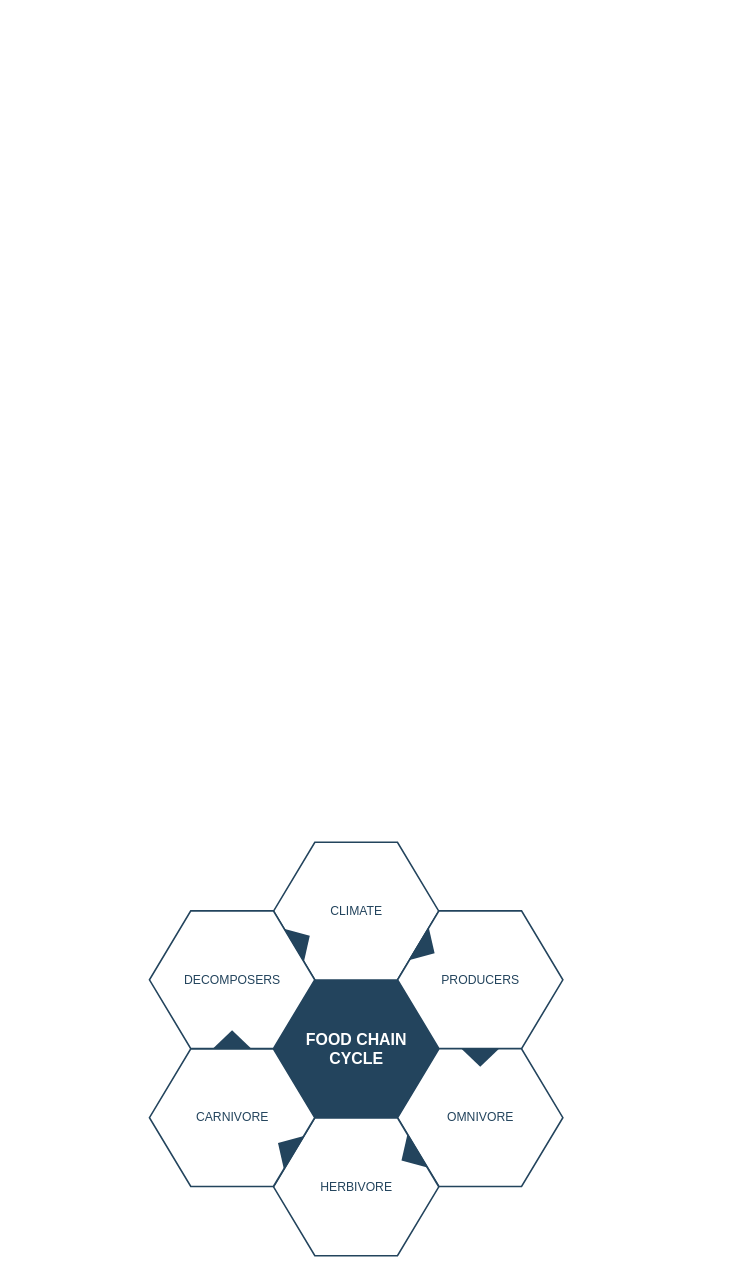
Before: Untitled Diagram.drawio in fxcollot/Tout, a draw.io diagram. Source tidied: cells renumbered, new cells numbered last; positions are measured from the earlier drawing's top-left corner, leaving out a move shared by most shapes. Both pictures are drawn from the tidied source at 53%, with x=0, y=0 at pixel (149, 842).
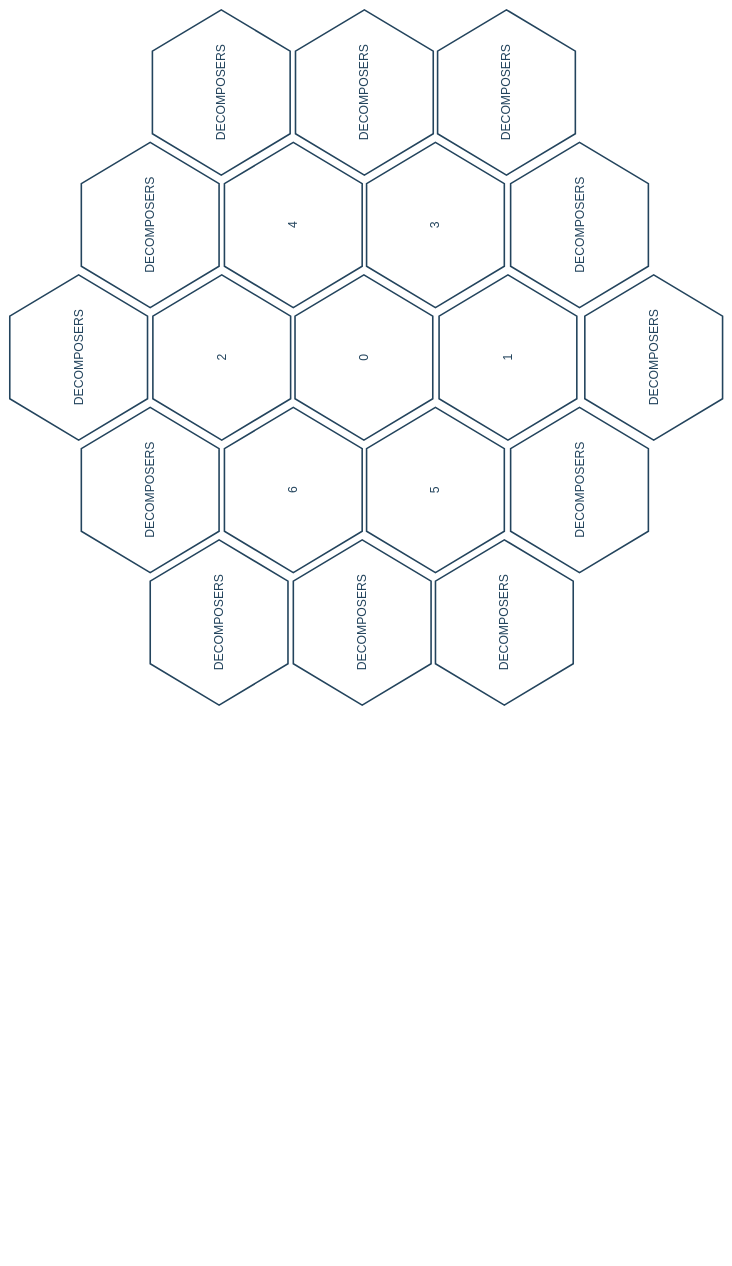
The same diagram, later.

Commit message:
Hexagon complété

Diff of the diagram source:
```diff
@@
-    <mxCell id="2" value="&lt;font style=&quot;font-size: 30px&quot; color=&quot;#ffffff&quot;&gt;&lt;b&gt;&lt;span&gt;FOOD CHAIN&lt;/span&gt;&lt;br&gt;&lt;span&gt;CYCLE&lt;/span&gt;&lt;/b&gt;&lt;/font&gt;&lt;br&gt;" style="shape=hexagon;perimeter=hexagonPerimeter2;whiteSpace=wrap;html=1;shadow=0;labelBackgroundColor=none;strokeColor=#23445D;fillColor=#23445D;gradientColor=none;fontFamily=Helvetica;fontSize=23;fontColor=#23445d;align=center;strokeWidth=3;" parent="1" vertex="1">
-      <mxGeometry x="234.6" y="259.8" width="311.8" height="259.9" as="geometry" />
-    </mxCell>
-    <mxCell id="3" style="triangle;whiteSpace=wrap;html=1;shadow=0;labelBackgroundColor=none;strokeColor=none;fillColor=#FFFFFF;fontFamily=Helvetica;fontSize=17;fontColor=#23445d;align=center;rotation=90;gradientColor=none;flipV=1;flipH=1;opacity=20;" parent="1" vertex="1">
-      <mxGeometry x="115.5" y="277.7" width="72" height="152" as="geometry" />
-    </mxCell>
-    <mxCell id="4" value="&lt;font style=&quot;font-size: 23px&quot;&gt;CLIMATE&lt;/font&gt;" style="shape=hexagon;perimeter=hexagonPerimeter2;whiteSpace=wrap;html=1;shadow=0;labelBackgroundColor=none;strokeColor=#23445D;fillColor=#ffffff;gradientColor=none;fontFamily=Helvetica;fontSize=23;fontColor=#23445D;align=center;strokeWidth=3;" parent="1" vertex="1">
-      <mxGeometry x="234.6" y="-0.3" width="311.8" height="259.9" as="geometry" />
-    </mxCell>
-    <mxCell id="5" value="&lt;font style=&quot;font-size: 23px&quot;&gt;PRODUCERS&lt;/font&gt;" style="shape=hexagon;perimeter=hexagonPerimeter2;whiteSpace=wrap;html=1;shadow=0;labelBackgroundColor=none;strokeColor=#23445D;fillColor=#FFFFFF;gradientColor=none;fontFamily=Helvetica;fontSize=23;fontColor=#23445d;align=center;strokeWidth=3;" parent="1" vertex="1">
-      <mxGeometry x="468.7" y="129.2" width="311.8" height="259.9" as="geometry" />
-    </mxCell>
-    <mxCell id="6" value="&lt;font style=&quot;font-size: 23px&quot;&gt;OMNIVORE&lt;/font&gt;" style="shape=hexagon;perimeter=hexagonPerimeter2;whiteSpace=wrap;html=1;shadow=0;labelBackgroundColor=none;strokeColor=#23445D;fillColor=#FFFFFF;gradientColor=none;fontFamily=Helvetica;fontSize=23;fontColor=#23445d;align=center;strokeWidth=3;" parent="1" vertex="1">
-      <mxGeometry x="468.7" y="389.3" width="311.8" height="259.9" as="geometry" />
-    </mxCell>
-    <mxCell id="7" value="&lt;font style=&quot;font-size: 23px&quot;&gt;HERBIVORE&lt;/font&gt;" style="shape=hexagon;perimeter=hexagonPerimeter2;whiteSpace=wrap;html=1;shadow=0;labelBackgroundColor=none;strokeColor=#23445D;fillColor=#FFFFFF;gradientColor=none;fontFamily=Helvetica;fontSize=23;fontColor=#23445d;align=center;strokeWidth=3;" parent="1" vertex="1">
-      <mxGeometry x="234.6" y="519.8" width="311.8" height="259.9" as="geometry" />
-    </mxCell>
-    <mxCell id="8" value="&lt;font style=&quot;font-size: 23px&quot;&gt;CARNIVORE&lt;/font&gt;" style="shape=hexagon;perimeter=hexagonPerimeter2;whiteSpace=wrap;html=1;shadow=0;labelBackgroundColor=none;strokeColor=#23445D;fillColor=#FFFFFF;gradientColor=none;fontFamily=Helvetica;fontSize=23;fontColor=#23445d;align=center;strokeWidth=3;" parent="1" vertex="1">
-      <mxGeometry x="0.5" y="389.3" width="311.8" height="259.9" as="geometry" />
-    </mxCell>
-    <mxCell id="9" value="&lt;font style=&quot;font-size: 23px;&quot;&gt;DECOMPOSERS&lt;/font&gt;" style="shape=hexagon;perimeter=hexagonPerimeter2;whiteSpace=wrap;html=1;shadow=0;labelBackgroundColor=none;strokeColor=#23445D;fillColor=#ffffff;gradientColor=none;fontFamily=Helvetica;fontSize=23;fontColor=#23445D;align=center;strokeWidth=3;" parent="1" vertex="1">
-      <mxGeometry x="0.5" y="129.2" width="311.8" height="259.9" as="geometry" />
-    </mxCell>
-    <mxCell id="10" style="triangle;whiteSpace=wrap;html=1;shadow=0;labelBackgroundColor=none;strokeColor=none;fillColor=#23445D;fontFamily=Helvetica;fontSize=17;fontColor=#23445d;align=center;rotation=31;gradientColor=none;strokeWidth=3;" parent="1" vertex="1">
-      <mxGeometry x="506" y="163.7" width="35" height="73" as="geometry" />
-    </mxCell>
-    <mxCell id="11" style="triangle;whiteSpace=wrap;html=1;shadow=0;labelBackgroundColor=none;strokeColor=none;fillColor=#23445D;fontFamily=Helvetica;fontSize=17;fontColor=#23445d;align=center;rotation=31;gradientColor=none;flipH=1;strokeWidth=3;" parent="1" vertex="1">
-      <mxGeometry x="240.5" y="539.7" width="35" height="73" as="geometry" />
-    </mxCell>
-    <mxCell id="12" style="triangle;whiteSpace=wrap;html=1;shadow=0;labelBackgroundColor=none;strokeColor=none;fillColor=#23445D;fontFamily=Helvetica;fontSize=17;fontColor=#23445d;align=center;rotation=329;gradientColor=none;strokeWidth=3;" parent="1" vertex="1">
-      <mxGeometry x="270.5" y="148.7" width="35" height="73" as="geometry" />
-    </mxCell>
-    <mxCell id="13" style="triangle;whiteSpace=wrap;html=1;shadow=0;labelBackgroundColor=none;strokeColor=none;fillColor=#23445D;fontFamily=Helvetica;fontSize=17;fontColor=#23445d;align=center;rotation=329;gradientColor=none;flipH=1;strokeWidth=3;" parent="1" vertex="1">
-      <mxGeometry x="473.5" y="554.7" width="35" height="73" as="geometry" />
-    </mxCell>
-    <mxCell id="14" style="triangle;whiteSpace=wrap;html=1;shadow=0;labelBackgroundColor=none;strokeColor=none;fillColor=#23445D;fontFamily=Helvetica;fontSize=17;fontColor=#23445d;align=center;rotation=90;gradientColor=none;strokeWidth=3;" parent="1" vertex="1">
-      <mxGeometry x="607.1" y="369.2" width="35" height="73" as="geometry" />
-    </mxCell>
-    <mxCell id="15" style="triangle;whiteSpace=wrap;html=1;shadow=0;labelBackgroundColor=none;strokeColor=none;fillColor=#23445D;fontFamily=Helvetica;fontSize=17;fontColor=#23445d;align=center;rotation=90;gradientColor=none;flipH=1;strokeWidth=3;" parent="1" vertex="1">
-      <mxGeometry x="138.9" y="335.2" width="35" height="73" as="geometry" />
-    </mxCell>
+    <mxCell id="16" value="&lt;font style=&quot;font-size: 23px;&quot;&gt;DECOMPOSERS&lt;/font&gt;" style="shape=hexagon;perimeter=hexagonPerimeter2;whiteSpace=wrap;html=1;shadow=0;labelBackgroundColor=none;strokeColor=#23445D;fillColor=#ffffff;gradientColor=none;fontFamily=Helvetica;fontSize=23;fontColor=#23445D;align=center;strokeWidth=3;rotation=-90;" parent="1" vertex="1">
+      <mxGeometry x="514.2" y="-545" width="311.8" height="259.9" as="geometry" />
+    </mxCell>
+    <mxCell id="17" value="&lt;font style=&quot;font-size: 23px;&quot;&gt;DECOMPOSERS&lt;/font&gt;" style="shape=hexagon;perimeter=hexagonPerimeter2;whiteSpace=wrap;html=1;shadow=0;labelBackgroundColor=none;strokeColor=#23445D;fillColor=#ffffff;gradientColor=none;fontFamily=Helvetica;fontSize=23;fontColor=#23445D;align=center;strokeWidth=3;rotation=-90;" parent="1" vertex="1">
+      <mxGeometry x="246" y="-545" width="311.8" height="259.9" as="geometry" />
+    </mxCell>
+    <mxCell id="18" value="&lt;font style=&quot;font-size: 23px;&quot;&gt;DECOMPOSERS&lt;/font&gt;" style="shape=hexagon;perimeter=hexagonPerimeter2;whiteSpace=wrap;html=1;shadow=0;labelBackgroundColor=none;strokeColor=#23445D;fillColor=#ffffff;gradientColor=none;fontFamily=Helvetica;fontSize=23;fontColor=#23445D;align=center;strokeWidth=3;rotation=-90;" parent="1" vertex="1">
+      <mxGeometry x="-24" y="-545" width="311.8" height="259.9" as="geometry" />
+    </mxCell>
+    <mxCell id="19" value="5" style="shape=hexagon;perimeter=hexagonPerimeter2;whiteSpace=wrap;html=1;shadow=0;labelBackgroundColor=none;strokeColor=#23445D;fillColor=#ffffff;gradientColor=none;fontFamily=Helvetica;fontSize=23;fontColor=#23445D;align=center;strokeWidth=3;rotation=-90;" parent="1" vertex="1">
+      <mxGeometry x="384.2" y="-795" width="311.8" height="259.9" as="geometry" />
+    </mxCell>
+    <mxCell id="20" value="6" style="shape=hexagon;perimeter=hexagonPerimeter2;whiteSpace=wrap;html=1;shadow=0;labelBackgroundColor=none;strokeColor=#23445D;fillColor=#ffffff;gradientColor=none;fontFamily=Helvetica;fontSize=23;fontColor=#23445D;align=center;strokeWidth=3;rotation=-90;" parent="1" vertex="1">
+      <mxGeometry x="116" y="-795" width="311.8" height="259.9" as="geometry" />
+    </mxCell>
+    <mxCell id="21" value="&lt;font style=&quot;font-size: 23px;&quot;&gt;DECOMPOSERS&lt;/font&gt;" style="shape=hexagon;perimeter=hexagonPerimeter2;whiteSpace=wrap;html=1;shadow=0;labelBackgroundColor=none;strokeColor=#23445D;fillColor=#ffffff;gradientColor=none;fontFamily=Helvetica;fontSize=23;fontColor=#23445D;align=center;strokeWidth=3;rotation=-90;" parent="1" vertex="1">
+      <mxGeometry x="-154" y="-795" width="311.8" height="259.9" as="geometry" />
+    </mxCell>
+    <mxCell id="22" value="&lt;font style=&quot;font-size: 23px;&quot;&gt;DECOMPOSERS&lt;/font&gt;" style="shape=hexagon;perimeter=hexagonPerimeter2;whiteSpace=wrap;html=1;shadow=0;labelBackgroundColor=none;strokeColor=#23445D;fillColor=#ffffff;gradientColor=none;fontFamily=Helvetica;fontSize=23;fontColor=#23445D;align=center;strokeWidth=3;rotation=-90;" parent="1" vertex="1">
+      <mxGeometry x="656" y="-795" width="311.8" height="259.9" as="geometry" />
+    </mxCell>
+    <mxCell id="23" value="0" style="shape=hexagon;perimeter=hexagonPerimeter2;whiteSpace=wrap;html=1;shadow=0;labelBackgroundColor=none;strokeColor=#23445D;fillColor=#ffffff;gradientColor=none;fontFamily=Helvetica;fontSize=23;fontColor=#23445D;align=center;strokeWidth=3;rotation=-90;" parent="1" vertex="1">
+      <mxGeometry x="249.2" y="-1045" width="311.8" height="259.9" as="geometry" />
+    </mxCell>
+    <mxCell id="24" value="2" style="shape=hexagon;perimeter=hexagonPerimeter2;whiteSpace=wrap;html=1;shadow=0;labelBackgroundColor=none;strokeColor=#23445D;fillColor=#ffffff;gradientColor=none;fontFamily=Helvetica;fontSize=23;fontColor=#23445D;align=center;strokeWidth=3;rotation=-90;" parent="1" vertex="1">
+      <mxGeometry x="-19" y="-1045" width="311.8" height="259.9" as="geometry" />
+    </mxCell>
+    <mxCell id="25" value="&lt;font style=&quot;font-size: 23px;&quot;&gt;DECOMPOSERS&lt;/font&gt;" style="shape=hexagon;perimeter=hexagonPerimeter2;whiteSpace=wrap;html=1;shadow=0;labelBackgroundColor=none;strokeColor=#23445D;fillColor=#ffffff;gradientColor=none;fontFamily=Helvetica;fontSize=23;fontColor=#23445D;align=center;strokeWidth=3;rotation=-90;" parent="1" vertex="1">
+      <mxGeometry x="-289" y="-1045" width="311.8" height="259.9" as="geometry" />
+    </mxCell>
+    <mxCell id="26" value="1" style="shape=hexagon;perimeter=hexagonPerimeter2;whiteSpace=wrap;html=1;shadow=0;labelBackgroundColor=none;strokeColor=#23445D;fillColor=#ffffff;gradientColor=none;fontFamily=Helvetica;fontSize=23;fontColor=#23445D;align=center;strokeWidth=3;rotation=-90;" parent="1" vertex="1">
+      <mxGeometry x="521" y="-1045" width="311.8" height="259.9" as="geometry" />
+    </mxCell>
+    <mxCell id="27" value="&lt;font style=&quot;font-size: 23px;&quot;&gt;DECOMPOSERS&lt;/font&gt;" style="shape=hexagon;perimeter=hexagonPerimeter2;whiteSpace=wrap;html=1;shadow=0;labelBackgroundColor=none;strokeColor=#23445D;fillColor=#ffffff;gradientColor=none;fontFamily=Helvetica;fontSize=23;fontColor=#23445D;align=center;strokeWidth=3;rotation=-90;" parent="1" vertex="1">
+      <mxGeometry x="796" y="-1045" width="311.8" height="259.9" as="geometry" />
+    </mxCell>
+    <mxCell id="28" value="3" style="shape=hexagon;perimeter=hexagonPerimeter2;whiteSpace=wrap;html=1;shadow=0;labelBackgroundColor=none;strokeColor=#23445D;fillColor=#ffffff;gradientColor=none;fontFamily=Helvetica;fontSize=23;fontColor=#23445D;align=center;strokeWidth=3;rotation=-90;" parent="1" vertex="1">
+      <mxGeometry x="384.2" y="-1295" width="311.8" height="259.9" as="geometry" />
+    </mxCell>
+    <mxCell id="29" value="4" style="shape=hexagon;perimeter=hexagonPerimeter2;whiteSpace=wrap;html=1;shadow=0;labelBackgroundColor=none;strokeColor=#23445D;fillColor=#ffffff;gradientColor=none;fontFamily=Helvetica;fontSize=23;fontColor=#23445D;align=center;strokeWidth=3;rotation=-90;" parent="1" vertex="1">
+      <mxGeometry x="116" y="-1295" width="311.8" height="259.9" as="geometry" />
+    </mxCell>
+    <mxCell id="30" value="&lt;font style=&quot;font-size: 23px;&quot;&gt;DECOMPOSERS&lt;/font&gt;" style="shape=hexagon;perimeter=hexagonPerimeter2;whiteSpace=wrap;html=1;shadow=0;labelBackgroundColor=none;strokeColor=#23445D;fillColor=#ffffff;gradientColor=none;fontFamily=Helvetica;fontSize=23;fontColor=#23445D;align=center;strokeWidth=3;rotation=-90;" parent="1" vertex="1">
+      <mxGeometry x="-154" y="-1295" width="311.8" height="259.9" as="geometry" />
+    </mxCell>
+    <mxCell id="31" value="&lt;font style=&quot;font-size: 23px;&quot;&gt;DECOMPOSERS&lt;/font&gt;" style="shape=hexagon;perimeter=hexagonPerimeter2;whiteSpace=wrap;html=1;shadow=0;labelBackgroundColor=none;strokeColor=#23445D;fillColor=#ffffff;gradientColor=none;fontFamily=Helvetica;fontSize=23;fontColor=#23445D;align=center;strokeWidth=3;rotation=-90;" parent="1" vertex="1">
+      <mxGeometry x="656" y="-1295" width="311.8" height="259.9" as="geometry" />
+    </mxCell>
+    <mxCell id="32" value="&lt;font style=&quot;font-size: 23px;&quot;&gt;DECOMPOSERS&lt;/font&gt;" style="shape=hexagon;perimeter=hexagonPerimeter2;whiteSpace=wrap;html=1;shadow=0;labelBackgroundColor=none;strokeColor=#23445D;fillColor=#ffffff;gradientColor=none;fontFamily=Helvetica;fontSize=23;fontColor=#23445D;align=center;strokeWidth=3;rotation=-90;" parent="1" vertex="1">
+      <mxGeometry x="518.2" y="-1545" width="311.8" height="259.9" as="geometry" />
+    </mxCell>
+    <mxCell id="33" value="&lt;font style=&quot;font-size: 23px;&quot;&gt;DECOMPOSERS&lt;/font&gt;" style="shape=hexagon;perimeter=hexagonPerimeter2;whiteSpace=wrap;html=1;shadow=0;labelBackgroundColor=none;strokeColor=#23445D;fillColor=#ffffff;gradientColor=none;fontFamily=Helvetica;fontSize=23;fontColor=#23445D;align=center;strokeWidth=3;rotation=-90;" parent="1" vertex="1">
+      <mxGeometry x="250.1" y="-1545" width="311.8" height="259.9" as="geometry" />
+    </mxCell>
+    <mxCell id="34" value="&lt;font style=&quot;font-size: 23px;&quot;&gt;DECOMPOSERS&lt;/font&gt;" style="shape=hexagon;perimeter=hexagonPerimeter2;whiteSpace=wrap;html=1;shadow=0;labelBackgroundColor=none;strokeColor=#23445D;fillColor=#ffffff;gradientColor=none;fontFamily=Helvetica;fontSize=23;fontColor=#23445D;align=center;strokeWidth=3;rotation=-90;" parent="1" vertex="1">
+      <mxGeometry x="-19.9" y="-1545" width="311.8" height="259.9" as="geometry" />
+    </mxCell>
```
